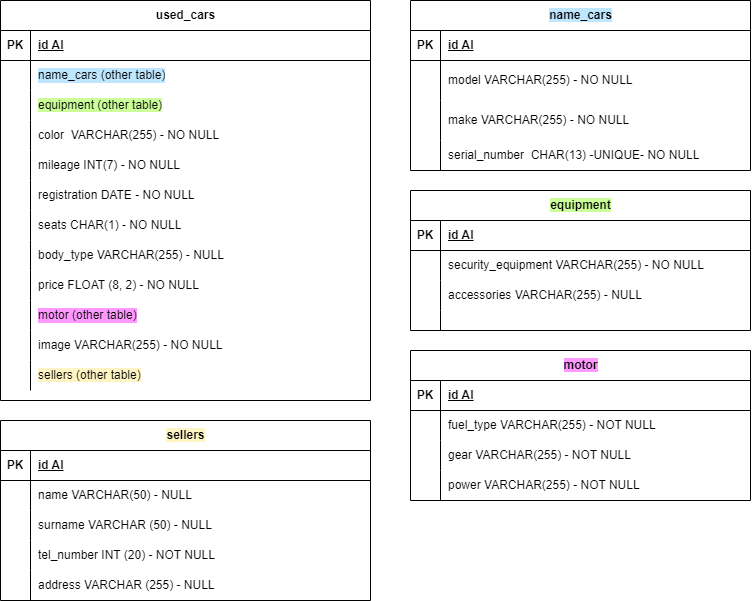
The draw.io diagram db-first.drawio.png in chiara1911/db-first, before a commit. Source tidied: cells renumbered, new cells last; positions are measured from the earlier drawing's top-left corner, leaving out a move shared by most shapes.
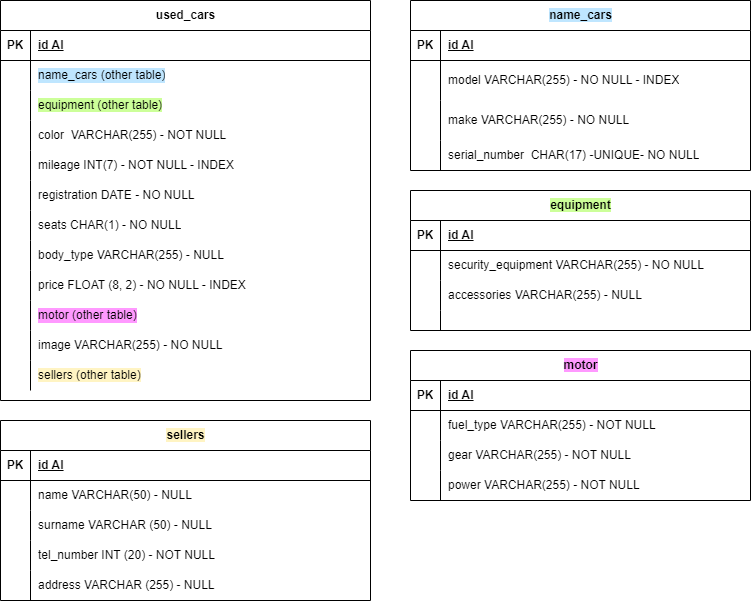
The same diagram one commit later.

The edit, as a diff of the source:
```diff
@@ -38,7 +38,7 @@
     <mxCell id="13" style="shape=partialRectangle;fillColor=none;top=0;left=0;bottom=0;right=0;overflow=hidden;whiteSpace=wrap;html=1;" parent="12" vertex="1">
       <mxGeometry width="30" height="30" as="geometry" />
     </mxCell>
-    <mxCell id="14" value="color&amp;nbsp; VARCHAR(255) - NO NULL" style="shape=partialRectangle;fillColor=none;top=0;left=0;bottom=0;right=0;align=left;spacingLeft=6;overflow=hidden;whiteSpace=wrap;html=1;" parent="12" vertex="1">
+    <mxCell id="14" value="color&amp;nbsp; VARCHAR(255) - NOT NULL&amp;nbsp;" style="shape=partialRectangle;fillColor=none;top=0;left=0;bottom=0;right=0;align=left;spacingLeft=6;overflow=hidden;whiteSpace=wrap;html=1;" parent="12" vertex="1">
       <mxGeometry x="30" width="340" height="30" as="geometry" />
     </mxCell>
     <mxCell id="15" style="shape=tableRow;horizontal=0;startSize=0;swimlaneHead=0;swimlaneBody=0;fillColor=none;top=0;left=0;right=0;bottom=0;" parent="2" vertex="1">
@@ -47,7 +47,7 @@
     <mxCell id="16" style="shape=partialRectangle;fillColor=none;top=0;left=0;bottom=0;right=0;overflow=hidden;whiteSpace=wrap;html=1;" parent="15" vertex="1">
       <mxGeometry width="30" height="30" as="geometry" />
     </mxCell>
-    <mxCell id="17" value="mileage INT(7) - NO NULL&amp;nbsp;" style="shape=partialRectangle;fillColor=none;top=0;left=0;bottom=0;right=0;align=left;spacingLeft=6;overflow=hidden;whiteSpace=wrap;html=1;" parent="15" vertex="1">
+    <mxCell id="17" value="mileage INT(7) - NOT NULL - INDEX&amp;nbsp;" style="shape=partialRectangle;fillColor=none;top=0;left=0;bottom=0;right=0;align=left;spacingLeft=6;overflow=hidden;whiteSpace=wrap;html=1;" parent="15" vertex="1">
       <mxGeometry x="30" width="340" height="30" as="geometry" />
     </mxCell>
     <mxCell id="18" style="shape=tableRow;horizontal=0;startSize=0;swimlaneHead=0;swimlaneBody=0;fillColor=none;top=0;left=0;right=0;bottom=0;" parent="2" vertex="1">
@@ -83,7 +83,7 @@
     <mxCell id="28" style="shape=partialRectangle;fillColor=none;top=0;left=0;bottom=0;right=0;overflow=hidden;whiteSpace=wrap;html=1;" parent="27" vertex="1">
       <mxGeometry width="30" height="30" as="geometry" />
     </mxCell>
-    <mxCell id="29" value="price FLOAT (8, 2) - NO NULL" style="shape=partialRectangle;fillColor=none;top=0;left=0;bottom=0;right=0;align=left;spacingLeft=6;overflow=hidden;whiteSpace=wrap;html=1;" parent="27" vertex="1">
+    <mxCell id="29" value="price FLOAT (8, 2) - NO NULL - INDEX" style="shape=partialRectangle;fillColor=none;top=0;left=0;bottom=0;right=0;align=left;spacingLeft=6;overflow=hidden;whiteSpace=wrap;html=1;" parent="27" vertex="1">
       <mxGeometry x="30" width="340" height="30" as="geometry" />
     </mxCell>
     <mxCell id="30" style="shape=tableRow;horizontal=0;startSize=0;swimlaneHead=0;swimlaneBody=0;fillColor=none;top=0;left=0;right=0;bottom=0;labelBackgroundColor=#FF99FF;" parent="2" vertex="1">
@@ -257,7 +257,7 @@
     <mxCell id="86" style="shape=partialRectangle;fillColor=none;top=0;left=0;bottom=0;right=0;overflow=hidden;whiteSpace=wrap;html=1;" parent="85" vertex="1">
       <mxGeometry width="30" height="40" as="geometry" />
     </mxCell>
-    <mxCell id="87" value="model VARCHAR(255) - NO NULL" style="shape=partialRectangle;fillColor=none;top=0;left=0;bottom=0;right=0;align=left;spacingLeft=6;overflow=hidden;whiteSpace=wrap;html=1;" parent="85" vertex="1">
+    <mxCell id="87" value="model VARCHAR(255) - NO NULL - INDEX" style="shape=partialRectangle;fillColor=none;top=0;left=0;bottom=0;right=0;align=left;spacingLeft=6;overflow=hidden;whiteSpace=wrap;html=1;" parent="85" vertex="1">
       <mxGeometry x="30" width="310" height="40" as="geometry" />
     </mxCell>
     <mxCell id="88" style="shape=tableRow;horizontal=0;startSize=0;swimlaneHead=0;swimlaneBody=0;fillColor=none;top=0;left=0;right=0;bottom=0;" parent="81" vertex="1">
@@ -275,7 +275,7 @@
     <mxCell id="92" style="shape=partialRectangle;fillColor=none;top=0;left=0;bottom=0;right=0;overflow=hidden;whiteSpace=wrap;html=1;" parent="91" vertex="1">
       <mxGeometry width="30" height="30" as="geometry" />
     </mxCell>
-    <mxCell id="93" value="serial_number&amp;nbsp; CHAR(13) -UNIQUE- NO NULL" style="shape=partialRectangle;fillColor=none;top=0;left=0;bottom=0;right=0;align=left;spacingLeft=6;overflow=hidden;whiteSpace=wrap;html=1;" parent="91" vertex="1">
+    <mxCell id="93" value="serial_number&amp;nbsp; CHAR(17) -UNIQUE- NO NULL" style="shape=partialRectangle;fillColor=none;top=0;left=0;bottom=0;right=0;align=left;spacingLeft=6;overflow=hidden;whiteSpace=wrap;html=1;" parent="91" vertex="1">
       <mxGeometry x="30" width="310" height="30" as="geometry" />
     </mxCell>
   </root>
```
